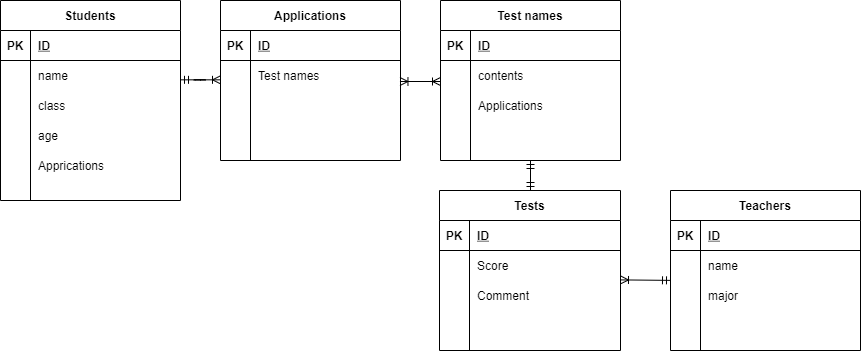
Earlier version of the draw.io export .drawio.png (mioirie/20220103omi). Source tidied: cells renumbered, new cells last; positions are measured from the earlier drawing's top-left corner, leaving out a move shared by most shapes.
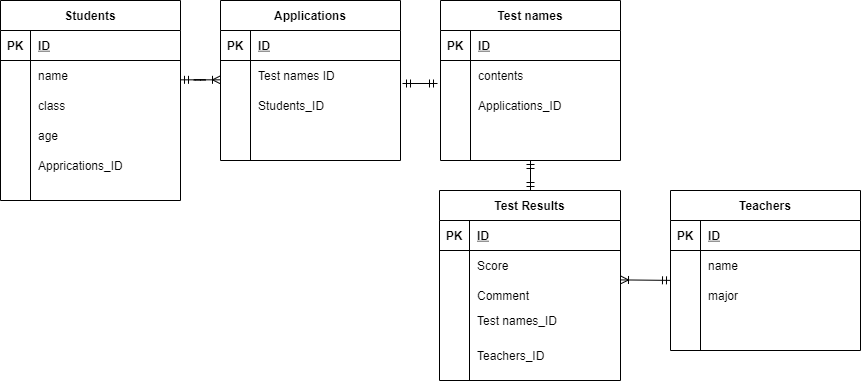
After the change.

Commit message:
FIxed relationship and foreign keys

What changed in the source:
```diff
@@ -116,7 +116,7 @@
     <mxCell id="38" style="shape=partialRectangle;fillColor=none;top=0;left=0;bottom=0;right=0;overflow=hidden;" parent="37" vertex="1">
       <mxGeometry width="30" height="30" as="geometry" />
     </mxCell>
-    <mxCell id="39" value="Applications" style="shape=partialRectangle;fillColor=none;top=0;left=0;bottom=0;right=0;align=left;spacingLeft=6;overflow=hidden;" parent="37" vertex="1">
+    <mxCell id="39" value="Applications_ID" style="shape=partialRectangle;fillColor=none;top=0;left=0;bottom=0;right=0;align=left;spacingLeft=6;overflow=hidden;" parent="37" vertex="1">
       <mxGeometry x="30" width="150" height="30" as="geometry" />
     </mxCell>
     <mxCell id="40" style="shape=partialRectangle;fillColor=none;top=0;left=0;bottom=0;right=0;" parent="30" vertex="1">
@@ -128,8 +128,8 @@
     <mxCell id="42" style="shape=partialRectangle;fillColor=none;top=0;left=0;bottom=0;right=0;align=left;spacingLeft=6;overflow=hidden;" parent="40" vertex="1">
       <mxGeometry x="30" width="150" height="30" as="geometry" />
     </mxCell>
-    <mxCell id="43" value="Tests" style="shape=table;startSize=30;rowLines=0;fontStyle=1;align=center;" parent="1" vertex="1">
-      <mxGeometry x="439" y="190" width="181" height="160" as="geometry" />
+    <mxCell id="43" value="Test Results" style="shape=table;startSize=30;rowLines=0;fontStyle=1;align=center;" parent="1" vertex="1">
+      <mxGeometry x="439" y="190" width="181" height="190" as="geometry" />
     </mxCell>
     <mxCell id="44" style="shape=partialRectangle;fillColor=none;top=0;left=0;bottom=1;right=0;" parent="43" vertex="1">
       <mxGeometry y="30" width="181" height="30" as="geometry" />
@@ -159,13 +159,13 @@
       <mxGeometry x="30" width="151" height="30" as="geometry" />
     </mxCell>
     <mxCell id="53" style="shape=partialRectangle;fillColor=none;top=0;left=0;bottom=0;right=0;" parent="43" vertex="1">
-      <mxGeometry y="120" width="181" height="30" as="geometry" />
+      <mxGeometry y="120" width="181" height="20" as="geometry" />
     </mxCell>
     <mxCell id="54" style="shape=partialRectangle;fillColor=none;top=0;left=0;bottom=0;right=0;overflow=hidden;" parent="53" vertex="1">
-      <mxGeometry width="30" height="30" as="geometry" />
+      <mxGeometry width="30" height="20" as="geometry" />
     </mxCell>
-    <mxCell id="55" style="shape=partialRectangle;fillColor=none;top=0;left=0;bottom=0;right=0;align=left;spacingLeft=6;overflow=hidden;" parent="53" vertex="1">
-      <mxGeometry x="30" width="151" height="30" as="geometry" />
+    <mxCell id="55" value="Test names_ID" style="shape=partialRectangle;fillColor=none;top=0;left=0;bottom=0;right=0;align=left;spacingLeft=6;overflow=hidden;" parent="53" vertex="1">
+      <mxGeometry x="30" width="151" height="20" as="geometry" />
     </mxCell>
     <mxCell id="56" style="fontSize=12;html=1;endArrow=ERmandOne;startArrow=ERmandOne;" parent="1" edge="1">
       <mxGeometry relative="1" as="geometry">
@@ -191,7 +191,7 @@
     <mxCell id="62" style="shape=partialRectangle;fillColor=none;top=0;left=0;bottom=0;right=0;overflow=hidden;" parent="61" vertex="1">
       <mxGeometry width="30" height="30" as="geometry" />
     </mxCell>
-    <mxCell id="63" value="Test names" style="shape=partialRectangle;fillColor=none;top=0;left=0;bottom=0;right=0;align=left;spacingLeft=6;overflow=hidden;" parent="61" vertex="1">
+    <mxCell id="63" value="Test names ID" style="shape=partialRectangle;fillColor=none;top=0;left=0;bottom=0;right=0;align=left;spacingLeft=6;overflow=hidden;" parent="61" vertex="1">
       <mxGeometry x="30" width="150" height="30" as="geometry" />
     </mxCell>
     <mxCell id="64" style="shape=partialRectangle;fillColor=none;top=0;left=0;bottom=0;right=0;" parent="57" vertex="1">
@@ -200,7 +200,7 @@
     <mxCell id="65" style="shape=partialRectangle;fillColor=none;top=0;left=0;bottom=0;right=0;overflow=hidden;" parent="64" vertex="1">
       <mxGeometry width="30" height="30" as="geometry" />
     </mxCell>
-    <mxCell id="66" style="shape=partialRectangle;fillColor=none;top=0;left=0;bottom=0;right=0;align=left;spacingLeft=6;overflow=hidden;" parent="64" vertex="1">
+    <mxCell id="66" value="Students_ID" style="shape=partialRectangle;fillColor=none;top=0;left=0;bottom=0;right=0;align=left;spacingLeft=6;overflow=hidden;" parent="64" vertex="1">
       <mxGeometry x="30" width="150" height="30" as="geometry" />
     </mxCell>
     <mxCell id="67" style="shape=partialRectangle;fillColor=none;top=0;left=0;bottom=0;right=0;" parent="57" vertex="1">
@@ -217,11 +217,17 @@
         <mxPoint x="220" y="75" as="targetPoint" />
       </mxGeometry>
     </mxCell>
-    <mxCell id="71" style="fontSize=12;html=1;endArrow=ERoneToMany;startArrow=ERoneToMany;exitX=0.997;exitY=0.7;exitDx=0;exitDy=0;exitPerimeter=0;entryX=0;entryY=0.7;entryDx=0;entryDy=0;entryPerimeter=0;" parent="1" edge="1" source="61" target="34">
-      <mxGeometry relative="1" as="geometry" />
-    </mxCell>
-    <mxCell id="72" value="Apprications" style="shape=partialRectangle;fillColor=none;top=0;left=0;bottom=0;right=0;align=left;spacingLeft=6;overflow=hidden;" parent="1" vertex="1">
+    <mxCell id="72" value="Apprications_ID" style="shape=partialRectangle;fillColor=none;top=0;left=0;bottom=0;right=0;align=left;spacingLeft=6;overflow=hidden;" parent="1" vertex="1">
       <mxGeometry x="30" y="150" width="150" height="30" as="geometry" />
     </mxCell>
+    <mxCell id="73" style="fontSize=12;html=1;endArrow=ERmandOne;startArrow=ERmandOne;" parent="1" edge="1">
+      <mxGeometry relative="1" as="geometry">
+        <mxPoint x="402" y="83" as="sourcePoint" />
+        <mxPoint x="437" y="83" as="targetPoint" />
+      </mxGeometry>
+    </mxCell>
+    <mxCell id="74" value="Teachers_ID" style="shape=partialRectangle;fillColor=none;top=0;left=0;bottom=0;right=0;align=left;spacingLeft=6;overflow=hidden;" parent="1" vertex="1">
+      <mxGeometry x="469" y="340" width="151" height="30" as="geometry" />
+    </mxCell>
   </root>
 </mxGraphModel>
```
